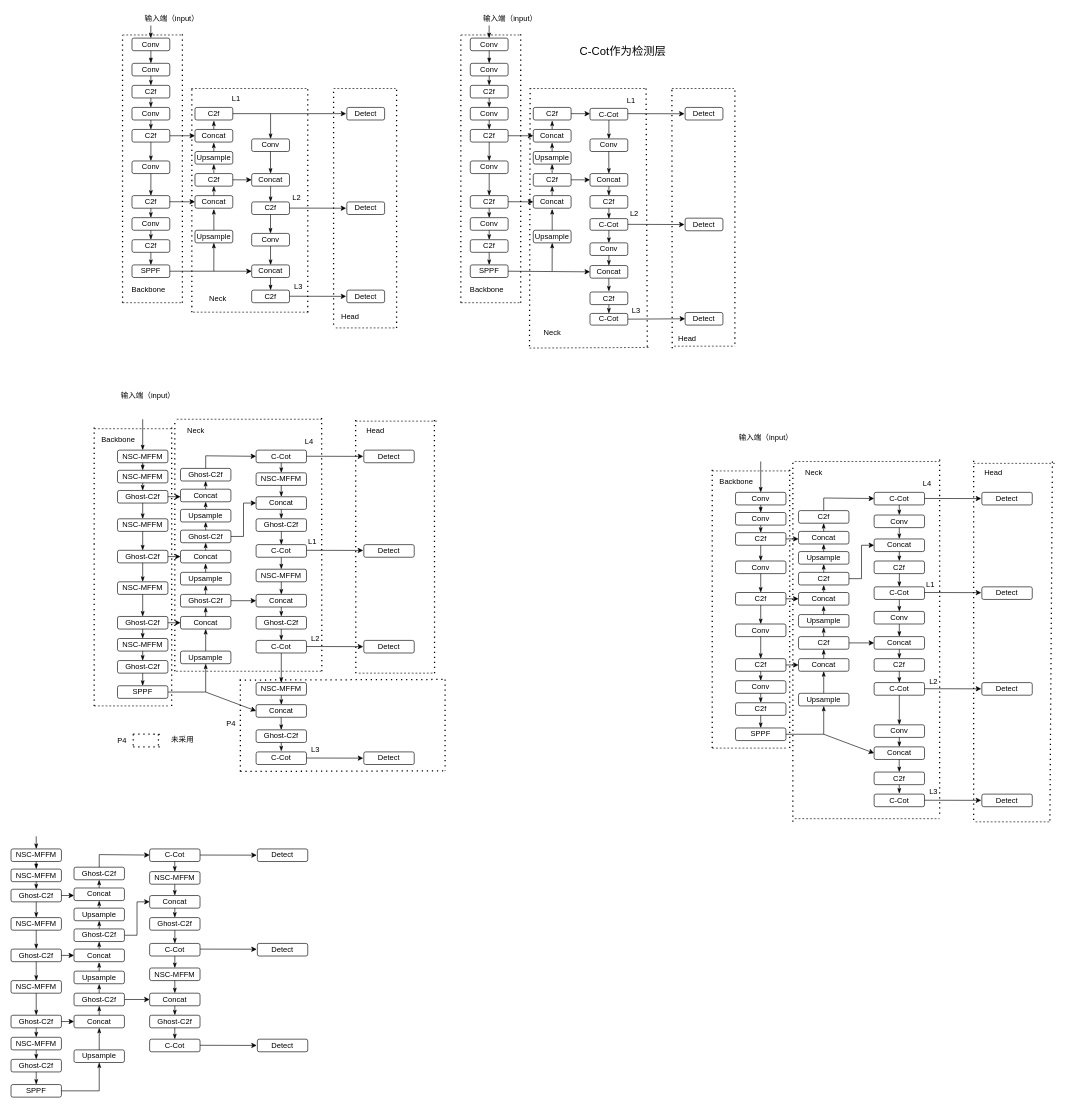
Before: nscot_yolo.drawio in recluse99/tcp_ip, a draw.io diagram. Source tidied: cells renumbered, new cells numbered last; positions are measured from the earlier drawing's top-left corner, leaving out a move shared by most shapes. Both pictures are drawn from the tidied source at 63%, with x=0, y=0 at pixel (11, 11).
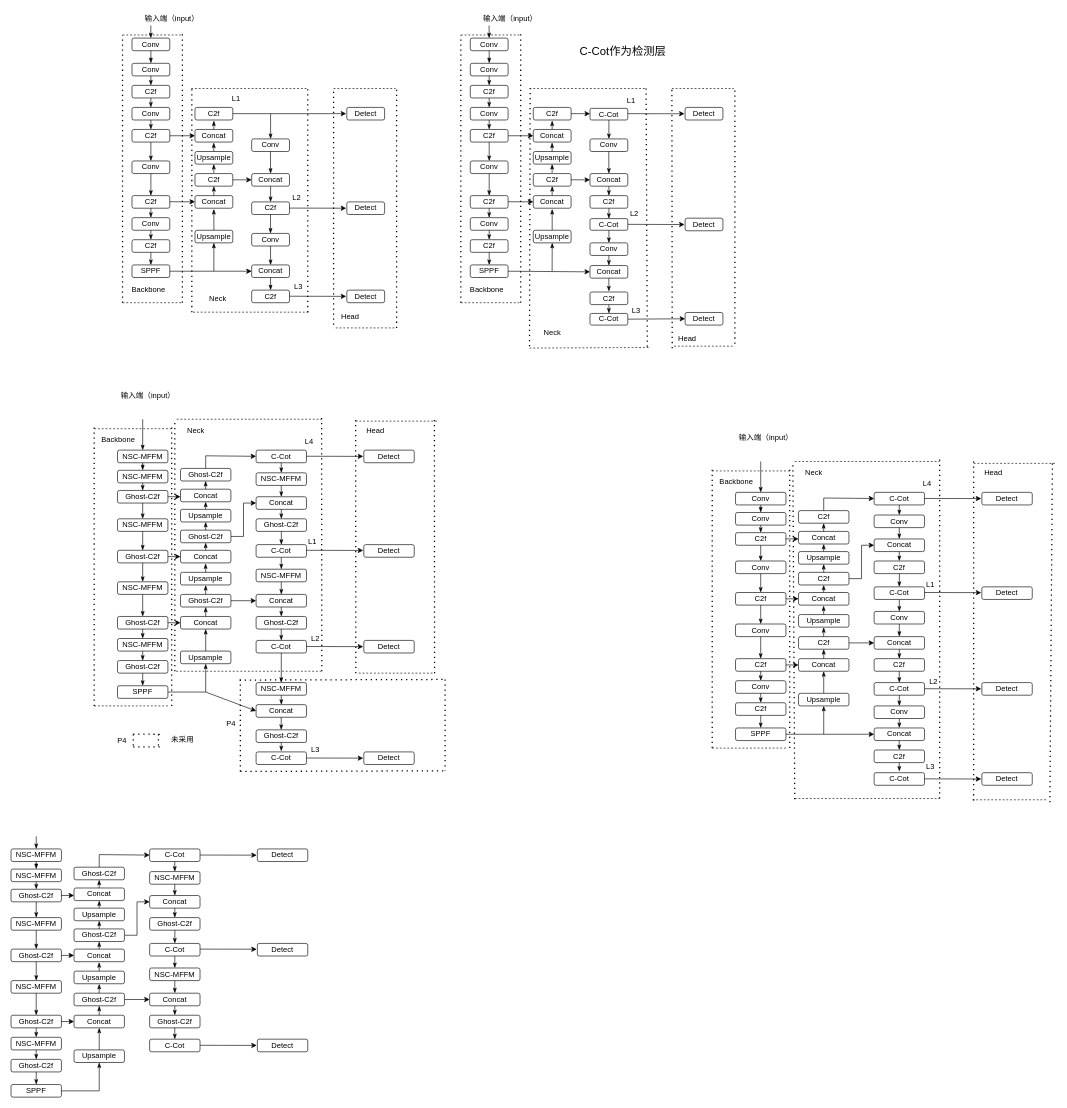
The same page after the edit.

Change to the diagram source:
```diff
@@
     <mxCell id="367" value="Conv" style="rounded=1;whiteSpace=wrap;html=1;" parent="1" vertex="1">
-      <mxGeometry x="1370" y="1133" width="80" height="20" as="geometry" />
+      <mxGeometry x="1370" y="1103" width="80" height="20" as="geometry" />
     </mxCell>
     <mxCell id="368" value="Concat" style="rounded=1;whiteSpace=wrap;html=1;" parent="1" vertex="1">
-      <mxGeometry x="1370" y="1168" width="80" height="20" as="geometry" />
+      <mxGeometry x="1370" y="1138" width="80" height="20" as="geometry" />
     </mxCell>
     <mxCell id="369" value="C2f" style="rounded=1;whiteSpace=wrap;html=1;" parent="1" vertex="1">
-      <mxGeometry x="1370" y="1208" width="80" height="20" as="geometry" />
+      <mxGeometry x="1370" y="1173" width="80" height="20" as="geometry" />
     </mxCell>
@@
-    <mxCell id="373" style="endArrow=classicThin;html=1;rounded=0;endFill=1;exitX=0.5;exitY=0;exitDx=0;exitDy=0;" parent="1" edge="1">
+    <mxCell id="373" style="endArrow=classicThin;html=1;rounded=0;endFill=1;exitX=0.5;exitY=0;exitDx=0;exitDy=0;entryX=0.5;entryY=0;entryDx=0;entryDy=0;" parent="1" edge="1" target="369">
       <mxGeometry relative="1" as="geometry">
-        <mxPoint x="1409.8" y="1188" as="sourcePoint" />
-        <mxPoint x="1409.9" y="1208" as="targetPoint" />
+        <mxPoint x="1409.8" y="1158" as="sourcePoint" />
       </mxGeometry>
     </mxCell>
@@
     <mxCell id="396" value="C-Cot" style="rounded=1;whiteSpace=wrap;html=1;" parent="1" vertex="1">
-      <mxGeometry x="1370" y="1243" width="80" height="20" as="geometry" />
+      <mxGeometry x="1370" y="1209" width="80" height="20" as="geometry" />
     </mxCell>
@@
     <mxCell id="405" style="endArrow=classicThin;html=1;rounded=0;endFill=1;exitX=0.5;exitY=0;exitDx=0;exitDy=0;" parent="1" edge="1">
       <mxGeometry relative="1" as="geometry">
-        <mxPoint x="1409.9" y="1228" as="sourcePoint" />
-        <mxPoint x="1410" y="1242" as="targetPoint" />
+        <mxPoint x="1409.9" y="1193" as="sourcePoint" />
+        <mxPoint x="1410" y="1207" as="targetPoint" />
       </mxGeometry>
     </mxCell>
@@
     <mxCell id="409" style="endArrow=classic;html=1;rounded=0;" parent="1" edge="1">
       <mxGeometry relative="1" as="geometry">
-        <mxPoint x="1450" y="1252.7" as="sourcePoint" />
-        <mxPoint x="1540" y="1252.9" as="targetPoint" />
+        <mxPoint x="1450" y="1218.8" as="sourcePoint" />
+        <mxPoint x="1540" y="1219" as="targetPoint" />
       </mxGeometry>
     </mxCell>
@@
     <mxCell id="413" value="Detect" style="rounded=1;whiteSpace=wrap;html=1;" parent="1" vertex="1">
-      <mxGeometry x="1541" y="1243" width="80" height="20" as="geometry" />
+      <mxGeometry x="1541" y="1209" width="80" height="20" as="geometry" />
     </mxCell>
@@
     <mxCell id="417" value="L3" style="text;html=1;align=center;verticalAlign=middle;strokeColor=none;fillColor=none;" parent="1" vertex="1">
-      <mxGeometry x="1448" y="1226" width="31" height="26" as="geometry" />
+      <mxGeometry x="1443" y="1187" width="31" height="26" as="geometry" />
     </mxCell>
@@
     <mxCell id="423" style="endArrow=none;dashed=1;html=1;dashPattern=1 3;strokeWidth=2;rounded=0;" parent="1" edge="1">
       <mxGeometry relative="1" as="geometry">
-        <mxPoint x="1241" y="1287" as="sourcePoint" />
+        <mxPoint x="1244" y="1251" as="sourcePoint" />
         <mxPoint x="1241" y="715" as="targetPoint" />
       </mxGeometry>
     </mxCell>
     <mxCell id="424" style="endArrow=none;dashed=1;html=1;rounded=0;" parent="1" edge="1">
       <mxGeometry relative="1" as="geometry">
-        <mxPoint x="1244" y="1282" as="sourcePoint" />
-        <mxPoint x="1474" y="1282" as="targetPoint" />
+        <mxPoint x="1244" y="1250" as="sourcePoint" />
+        <mxPoint x="1474" y="1250" as="targetPoint" />
       </mxGeometry>
     </mxCell>
     <mxCell id="425" style="endArrow=none;dashed=1;html=1;dashPattern=1 3;strokeWidth=2;rounded=0;" parent="1" edge="1">
       <mxGeometry relative="1" as="geometry">
-        <mxPoint x="1474" y="1274" as="sourcePoint" />
+        <mxPoint x="1474" y="1250" as="sourcePoint" />
         <mxPoint x="1474" y="710" as="targetPoint" />
       </mxGeometry>
     </mxCell>
@@
     <mxCell id="428" style="endArrow=none;dashed=1;html=1;dashPattern=1 3;strokeWidth=2;rounded=0;" parent="1" edge="1">
       <mxGeometry relative="1" as="geometry">
-        <mxPoint x="1528" y="1284" as="sourcePoint" />
+        <mxPoint x="1528" y="1253" as="sourcePoint" />
         <mxPoint x="1528" y="713" as="targetPoint" />
       </mxGeometry>
     </mxCell>
     <mxCell id="429" style="endArrow=none;dashed=1;html=1;rounded=0;" parent="1" edge="1">
       <mxGeometry relative="1" as="geometry">
-        <mxPoint x="1531" y="1287" as="sourcePoint" />
-        <mxPoint x="1651" y="1287" as="targetPoint" />
+        <mxPoint x="1526" y="1252" as="sourcePoint" />
+        <mxPoint x="1646" y="1252" as="targetPoint" />
       </mxGeometry>
     </mxCell>
     <mxCell id="430" style="endArrow=none;dashed=1;html=1;dashPattern=1 3;strokeWidth=2;rounded=0;" parent="1" edge="1">
       <mxGeometry relative="1" as="geometry">
-        <mxPoint x="1649" y="1285" as="sourcePoint" />
+        <mxPoint x="1649" y="1256" as="sourcePoint" />
         <mxPoint x="1653" y="713" as="targetPoint" />
       </mxGeometry>
     </mxCell>
```
